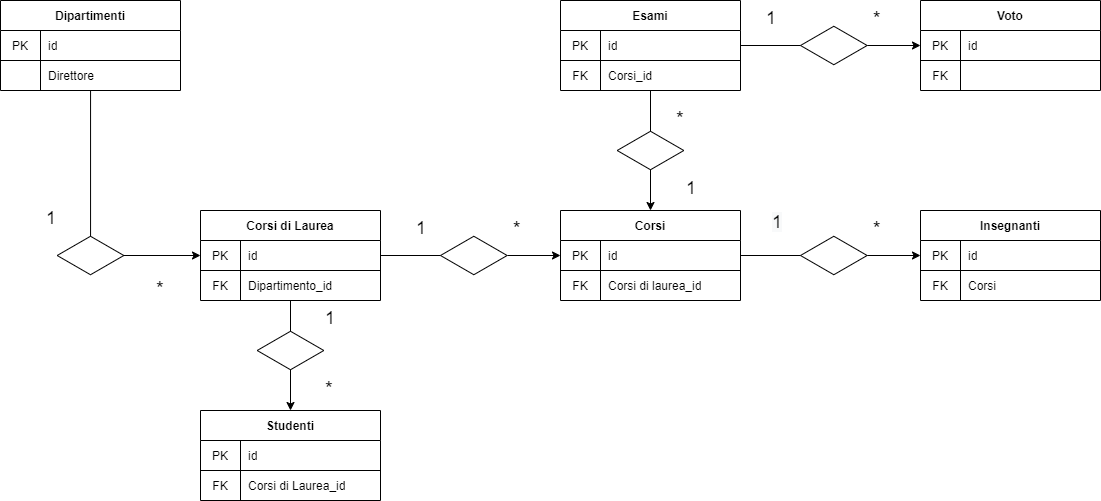
This is Untitled Diagram.png from rcolonna00/db-university, a draw.io export, as it was before one commit. Source tidied: cells renumbered, new cells last; positions are measured from the earlier drawing's top-left corner, leaving out a move shared by most shapes. Its diagram source:
```xml
<mxGraphModel>
  <root>
    <mxCell id="0" />
    <mxCell id="1" parent="0" />
    <mxCell id="2" style="edgeStyle=orthogonalEdgeStyle;rounded=0;jettySize=auto;html=1;entryX=0;entryY=0.5;entryDx=0;entryDy=0;" parent="1" edge="1" source="3" target="12">
      <mxGeometry relative="1" as="geometry" />
    </mxCell>
    <mxCell id="3" value="Dipartimenti" style="shape=table;html=1;whiteSpace=wrap;startSize=30;rowLines=0;fontStyle=1;align=center;" parent="1" vertex="1">
      <mxGeometry width="180" height="90" as="geometry" />
    </mxCell>
    <mxCell id="4" style="shape=partialRectangle;html=1;whiteSpace=wrap;fillColor=none;top=0;left=0;bottom=1;right=0;" parent="3" vertex="1">
      <mxGeometry y="30" width="180" height="30" as="geometry" />
    </mxCell>
    <mxCell id="5" value="PK" style="shape=partialRectangle;html=1;whiteSpace=wrap;fillColor=none;top=0;left=0;bottom=0;right=0;overflow=hidden;" parent="4" vertex="1">
      <mxGeometry width="40" height="30" as="geometry" />
    </mxCell>
    <mxCell id="6" value="id" style="shape=partialRectangle;html=1;whiteSpace=wrap;fillColor=none;top=0;left=0;bottom=0;right=0;align=left;spacingLeft=6;overflow=hidden;" parent="4" vertex="1">
      <mxGeometry x="40" width="140" height="30" as="geometry" />
    </mxCell>
    <mxCell id="7" style="shape=partialRectangle;html=1;whiteSpace=wrap;fillColor=none;top=0;left=0;bottom=0;right=0;" parent="3" vertex="1">
      <mxGeometry y="60" width="180" height="30" as="geometry" />
    </mxCell>
    <mxCell id="8" value="&lt;br&gt;&lt;br&gt;&lt;br&gt;" style="shape=partialRectangle;html=1;whiteSpace=wrap;fillColor=none;top=0;left=0;bottom=0;right=0;overflow=hidden;" parent="7" vertex="1">
      <mxGeometry width="40" height="30" as="geometry" />
    </mxCell>
    <mxCell id="9" value="Direttore" style="shape=partialRectangle;html=1;whiteSpace=wrap;fillColor=none;top=0;left=0;bottom=0;right=0;align=left;spacingLeft=6;overflow=hidden;" parent="7" vertex="1">
      <mxGeometry x="40" width="140" height="30" as="geometry" />
    </mxCell>
    <mxCell id="10" style="edgeStyle=orthogonalEdgeStyle;rounded=0;jettySize=auto;html=1;entryX=0.5;entryY=0;entryDx=0;entryDy=0;fontSize=18;" parent="1" edge="1" source="11" target="44">
      <mxGeometry relative="1" as="geometry" />
    </mxCell>
    <mxCell id="11" value="Corsi di Laurea" style="shape=table;html=1;whiteSpace=wrap;startSize=30;rowLines=0;fontStyle=1;align=center;" parent="1" vertex="1">
      <mxGeometry x="200" y="210" width="180" height="90" as="geometry" />
    </mxCell>
    <mxCell id="12" style="shape=partialRectangle;html=1;whiteSpace=wrap;fillColor=none;top=0;left=0;bottom=1;right=0;points=[[0,0.5],[1,0.5]];portConstraint=eastwest;" parent="11" vertex="1">
      <mxGeometry y="30" width="180" height="30" as="geometry" />
    </mxCell>
    <mxCell id="13" value="PK" style="shape=partialRectangle;html=1;whiteSpace=wrap;fillColor=none;top=0;left=0;bottom=0;right=0;overflow=hidden;" parent="12" vertex="1">
      <mxGeometry width="40" height="30" as="geometry" />
    </mxCell>
    <mxCell id="14" value="id" style="shape=partialRectangle;html=1;whiteSpace=wrap;fillColor=none;top=0;left=0;bottom=0;right=0;align=left;spacingLeft=6;overflow=hidden;" parent="12" vertex="1">
      <mxGeometry x="40" width="140" height="30" as="geometry" />
    </mxCell>
    <mxCell id="15" style="shape=partialRectangle;html=1;whiteSpace=wrap;fillColor=none;top=0;left=0;bottom=0;right=0;" parent="11" vertex="1">
      <mxGeometry y="60" width="180" height="30" as="geometry" />
    </mxCell>
    <mxCell id="16" value="FK" style="shape=partialRectangle;html=1;whiteSpace=wrap;fillColor=none;top=0;left=0;bottom=0;right=0;overflow=hidden;" parent="15" vertex="1">
      <mxGeometry width="40" height="30" as="geometry" />
    </mxCell>
    <mxCell id="17" value="Dipartimento_id" style="shape=partialRectangle;html=1;whiteSpace=wrap;fillColor=none;top=0;left=0;bottom=0;right=0;align=left;spacingLeft=6;overflow=hidden;" parent="15" vertex="1">
      <mxGeometry x="40" width="140" height="30" as="geometry" />
    </mxCell>
    <mxCell id="18" style="html=1;whiteSpace=wrap;shape=isoRectangle;" parent="1" vertex="1">
      <mxGeometry x="56.7" y="235" width="66.7" height="40" as="geometry" />
    </mxCell>
    <mxCell id="19" value="*" style="text;strokeColor=none;fillColor=none;spacingLeft=4;spacingRight=4;overflow=hidden;fontSize=20;" parent="1" vertex="1">
      <mxGeometry x="150" y="270" width="30" height="30" as="geometry" />
    </mxCell>
    <mxCell id="20" value="1" style="text;strokeColor=none;fillColor=none;spacingLeft=4;spacingRight=4;overflow=hidden;fontSize=18;" parent="1" vertex="1">
      <mxGeometry x="40" y="200" width="30" height="30" as="geometry" />
    </mxCell>
    <mxCell id="21" style="edgeStyle=orthogonalEdgeStyle;rounded=0;jettySize=auto;html=1;entryX=0;entryY=0.5;entryDx=0;entryDy=0;fontSize=18;" parent="1" edge="1" source="22" target="35">
      <mxGeometry relative="1" as="geometry" />
    </mxCell>
    <mxCell id="22" value="Corsi" style="shape=table;html=1;whiteSpace=wrap;startSize=30;rowLines=0;fontStyle=1;align=center;" parent="1" vertex="1">
      <mxGeometry x="560" y="210" width="180" height="90" as="geometry" />
    </mxCell>
    <mxCell id="23" style="shape=partialRectangle;html=1;whiteSpace=wrap;fillColor=none;top=0;left=0;bottom=1;right=0;points=[[0,0.5],[1,0.5]];portConstraint=eastwest;" parent="22" vertex="1">
      <mxGeometry y="30" width="180" height="30" as="geometry" />
    </mxCell>
    <mxCell id="24" value="PK" style="shape=partialRectangle;html=1;whiteSpace=wrap;fillColor=none;top=0;left=0;bottom=0;right=0;overflow=hidden;" parent="23" vertex="1">
      <mxGeometry width="40" height="30" as="geometry" />
    </mxCell>
    <mxCell id="25" value="id" style="shape=partialRectangle;html=1;whiteSpace=wrap;fillColor=none;top=0;left=0;bottom=0;right=0;align=left;spacingLeft=6;overflow=hidden;" parent="23" vertex="1">
      <mxGeometry x="40" width="140" height="30" as="geometry" />
    </mxCell>
    <mxCell id="26" style="shape=partialRectangle;html=1;whiteSpace=wrap;fillColor=none;top=0;left=0;bottom=0;right=0;" parent="22" vertex="1">
      <mxGeometry y="60" width="180" height="30" as="geometry" />
    </mxCell>
    <mxCell id="27" value="FK" style="shape=partialRectangle;html=1;whiteSpace=wrap;fillColor=none;top=0;left=0;bottom=0;right=0;overflow=hidden;" parent="26" vertex="1">
      <mxGeometry width="40" height="30" as="geometry" />
    </mxCell>
    <mxCell id="28" value="Corsi di laurea_id" style="shape=partialRectangle;html=1;whiteSpace=wrap;fillColor=none;top=0;left=0;bottom=0;right=0;align=left;spacingLeft=6;overflow=hidden;" parent="26" vertex="1">
      <mxGeometry x="40" width="140" height="30" as="geometry" />
    </mxCell>
    <mxCell id="29" value="1" style="text;strokeColor=none;fillColor=none;spacingLeft=4;spacingRight=4;overflow=hidden;fontSize=18;" parent="1" vertex="1">
      <mxGeometry x="410" y="210" width="30" height="30" as="geometry" />
    </mxCell>
    <mxCell id="30" value="*" style="text;strokeColor=none;fillColor=none;spacingLeft=4;spacingRight=4;overflow=hidden;fontSize=20;" parent="1" vertex="1">
      <mxGeometry x="506.7" y="210" width="30" height="30" as="geometry" />
    </mxCell>
    <mxCell id="31" style="edgeStyle=orthogonalEdgeStyle;rounded=0;jettySize=auto;html=1;entryX=0;entryY=0.5;entryDx=0;entryDy=0;fontSize=18;startArrow=none;" parent="1" edge="1" source="32" target="23">
      <mxGeometry relative="1" as="geometry">
        <Array as="points">
          <mxPoint x="480" y="255" />
          <mxPoint x="480" y="255" />
        </Array>
      </mxGeometry>
    </mxCell>
    <mxCell id="32" style="html=1;whiteSpace=wrap;shape=isoRectangle;" parent="1" vertex="1">
      <mxGeometry x="440" y="235" width="66.7" height="40" as="geometry" />
    </mxCell>
    <mxCell id="33" style="edgeStyle=orthogonalEdgeStyle;rounded=0;jettySize=auto;html=1;entryX=0;entryY=0.5;entryDx=0;entryDy=0;fontSize=18;endArrow=none;" parent="1" edge="1" source="12" target="32">
      <mxGeometry relative="1" as="geometry" />
    </mxCell>
    <mxCell id="34" value="Insegnanti" style="shape=table;html=1;whiteSpace=wrap;startSize=30;rowLines=0;fontStyle=1;align=center;" parent="1" vertex="1">
      <mxGeometry x="920" y="210" width="180" height="90" as="geometry" />
    </mxCell>
    <mxCell id="35" style="shape=partialRectangle;html=1;whiteSpace=wrap;fillColor=none;top=0;left=0;bottom=1;right=0;points=[[0,0.5],[1,0.5]];portConstraint=eastwest;" parent="34" vertex="1">
      <mxGeometry y="30" width="180" height="30" as="geometry" />
    </mxCell>
    <mxCell id="36" value="PK" style="shape=partialRectangle;html=1;whiteSpace=wrap;fillColor=none;top=0;left=0;bottom=0;right=0;overflow=hidden;" parent="35" vertex="1">
      <mxGeometry width="40" height="30" as="geometry" />
    </mxCell>
    <mxCell id="37" value="id" style="shape=partialRectangle;html=1;whiteSpace=wrap;fillColor=none;top=0;left=0;bottom=0;right=0;align=left;spacingLeft=6;overflow=hidden;" parent="35" vertex="1">
      <mxGeometry x="40" width="140" height="30" as="geometry" />
    </mxCell>
    <mxCell id="38" style="shape=partialRectangle;html=1;whiteSpace=wrap;fillColor=none;top=0;left=0;bottom=0;right=0;" parent="34" vertex="1">
      <mxGeometry y="60" width="180" height="30" as="geometry" />
    </mxCell>
    <mxCell id="39" value="FK" style="shape=partialRectangle;html=1;whiteSpace=wrap;fillColor=none;top=0;left=0;bottom=0;right=0;overflow=hidden;" parent="38" vertex="1">
      <mxGeometry width="40" height="30" as="geometry" />
    </mxCell>
    <mxCell id="40" value="Corsi" style="shape=partialRectangle;html=1;whiteSpace=wrap;fillColor=none;top=0;left=0;bottom=0;right=0;align=left;spacingLeft=6;overflow=hidden;" parent="38" vertex="1">
      <mxGeometry x="40" width="140" height="30" as="geometry" />
    </mxCell>
    <mxCell id="41" style="html=1;whiteSpace=wrap;shape=isoRectangle;" parent="1" vertex="1">
      <mxGeometry x="800" y="235" width="66.7" height="40" as="geometry" />
    </mxCell>
    <mxCell id="42" value="*" style="text;strokeColor=none;fillColor=none;spacingLeft=4;spacingRight=4;overflow=hidden;fontSize=20;" parent="1" vertex="1">
      <mxGeometry x="866.7" y="210" width="30" height="30" as="geometry" />
    </mxCell>
    <mxCell id="43" value="&lt;span style=&quot;color: rgb(0, 0, 0); font-family: helvetica; font-size: 18px; font-style: normal; font-weight: 400; letter-spacing: normal; text-align: left; text-indent: 0px; text-transform: none; word-spacing: 0px; background-color: rgb(248, 249, 250); display: inline; float: none;&quot;&gt;1&lt;/span&gt;" style="text;whiteSpace=wrap;html=1;fontSize=18;" parent="1" vertex="1">
      <mxGeometry x="770" y="205" width="40" height="40" as="geometry" />
    </mxCell>
    <mxCell id="44" value="Studenti" style="shape=table;html=1;whiteSpace=wrap;startSize=30;rowLines=0;fontStyle=1;align=center;" parent="1" vertex="1">
      <mxGeometry x="200" y="410" width="180" height="90" as="geometry" />
    </mxCell>
    <mxCell id="45" style="shape=partialRectangle;html=1;whiteSpace=wrap;fillColor=none;top=0;left=0;bottom=1;right=0;" parent="44" vertex="1">
      <mxGeometry y="30" width="180" height="30" as="geometry" />
    </mxCell>
    <mxCell id="46" value="PK" style="shape=partialRectangle;html=1;whiteSpace=wrap;fillColor=none;top=0;left=0;bottom=0;right=0;overflow=hidden;" parent="45" vertex="1">
      <mxGeometry width="40" height="30" as="geometry" />
    </mxCell>
    <mxCell id="47" value="id" style="shape=partialRectangle;html=1;whiteSpace=wrap;fillColor=none;top=0;left=0;bottom=0;right=0;align=left;spacingLeft=6;overflow=hidden;" parent="45" vertex="1">
      <mxGeometry x="40" width="140" height="30" as="geometry" />
    </mxCell>
    <mxCell id="48" style="shape=partialRectangle;html=1;whiteSpace=wrap;fillColor=none;top=0;left=0;bottom=0;right=0;" parent="44" vertex="1">
      <mxGeometry y="60" width="180" height="30" as="geometry" />
    </mxCell>
    <mxCell id="49" value="FK" style="shape=partialRectangle;html=1;whiteSpace=wrap;fillColor=none;top=0;left=0;bottom=0;right=0;overflow=hidden;" parent="48" vertex="1">
      <mxGeometry width="40" height="30" as="geometry" />
    </mxCell>
    <mxCell id="50" value="Corsi di Laurea_id" style="shape=partialRectangle;html=1;whiteSpace=wrap;fillColor=none;top=0;left=0;bottom=0;right=0;align=left;spacingLeft=6;overflow=hidden;" parent="48" vertex="1">
      <mxGeometry x="40" width="140" height="30" as="geometry" />
    </mxCell>
    <mxCell id="51" style="html=1;whiteSpace=wrap;shape=isoRectangle;" parent="1" vertex="1">
      <mxGeometry x="256.7" y="330" width="66.7" height="40" as="geometry" />
    </mxCell>
    <mxCell id="52" value="*" style="text;strokeColor=none;fillColor=none;spacingLeft=4;spacingRight=4;overflow=hidden;fontSize=20;" parent="1" vertex="1">
      <mxGeometry x="319" y="370" width="30" height="30" as="geometry" />
    </mxCell>
    <mxCell id="53" value="1" style="text;strokeColor=none;fillColor=none;spacingLeft=4;spacingRight=4;overflow=hidden;fontSize=18;" parent="1" vertex="1">
      <mxGeometry x="319" y="300" width="30" height="30" as="geometry" />
    </mxCell>
    <mxCell id="54" style="edgeStyle=orthogonalEdgeStyle;rounded=0;jettySize=auto;html=1;entryX=0.5;entryY=0;entryDx=0;entryDy=0;fontSize=18;" parent="1" edge="1" source="55" target="22">
      <mxGeometry relative="1" as="geometry" />
    </mxCell>
    <mxCell id="55" value="Esami" style="shape=table;html=1;whiteSpace=wrap;startSize=30;rowLines=0;fontStyle=1;align=center;" parent="1" vertex="1">
      <mxGeometry x="560" width="180" height="90" as="geometry" />
    </mxCell>
    <mxCell id="56" style="shape=partialRectangle;html=1;whiteSpace=wrap;fillColor=none;top=0;left=0;bottom=1;right=0;points=[[0,0.5],[1,0.5]];portConstraint=eastwest;" parent="55" vertex="1">
      <mxGeometry y="30" width="180" height="30" as="geometry" />
    </mxCell>
    <mxCell id="57" value="PK" style="shape=partialRectangle;html=1;whiteSpace=wrap;fillColor=none;top=0;left=0;bottom=0;right=0;overflow=hidden;" parent="56" vertex="1">
      <mxGeometry width="40" height="30" as="geometry" />
    </mxCell>
    <mxCell id="58" value="id" style="shape=partialRectangle;html=1;whiteSpace=wrap;fillColor=none;top=0;left=0;bottom=0;right=0;align=left;spacingLeft=6;overflow=hidden;" parent="56" vertex="1">
      <mxGeometry x="40" width="140" height="30" as="geometry" />
    </mxCell>
    <mxCell id="59" style="shape=partialRectangle;html=1;whiteSpace=wrap;fillColor=none;top=0;left=0;bottom=0;right=0;" parent="55" vertex="1">
      <mxGeometry y="60" width="180" height="30" as="geometry" />
    </mxCell>
    <mxCell id="60" value="FK" style="shape=partialRectangle;html=1;whiteSpace=wrap;fillColor=none;top=0;left=0;bottom=0;right=0;overflow=hidden;" parent="59" vertex="1">
      <mxGeometry width="40" height="30" as="geometry" />
    </mxCell>
    <mxCell id="61" value="Corsi_id" style="shape=partialRectangle;html=1;whiteSpace=wrap;fillColor=none;top=0;left=0;bottom=0;right=0;align=left;spacingLeft=6;overflow=hidden;" parent="59" vertex="1">
      <mxGeometry x="40" width="140" height="30" as="geometry" />
    </mxCell>
    <mxCell id="62" value="Voto" style="shape=table;html=1;whiteSpace=wrap;startSize=30;rowLines=0;fontStyle=1;align=center;" parent="1" vertex="1">
      <mxGeometry x="920" width="180" height="90" as="geometry" />
    </mxCell>
    <mxCell id="63" style="shape=partialRectangle;html=1;whiteSpace=wrap;fillColor=none;top=0;left=0;bottom=1;right=0;points=[[0,0.5],[1,0.5]];portConstraint=eastwest;" parent="62" vertex="1">
      <mxGeometry y="30" width="180" height="30" as="geometry" />
    </mxCell>
    <mxCell id="64" value="PK" style="shape=partialRectangle;html=1;whiteSpace=wrap;fillColor=none;top=0;left=0;bottom=0;right=0;overflow=hidden;" parent="63" vertex="1">
      <mxGeometry width="40" height="30" as="geometry" />
    </mxCell>
    <mxCell id="65" value="id" style="shape=partialRectangle;html=1;whiteSpace=wrap;fillColor=none;top=0;left=0;bottom=0;right=0;align=left;spacingLeft=6;overflow=hidden;" parent="63" vertex="1">
      <mxGeometry x="40" width="140" height="30" as="geometry" />
    </mxCell>
    <mxCell id="66" style="shape=partialRectangle;html=1;whiteSpace=wrap;fillColor=none;top=0;left=0;bottom=0;right=0;" parent="62" vertex="1">
      <mxGeometry y="60" width="180" height="30" as="geometry" />
    </mxCell>
    <mxCell id="67" value="FK" style="shape=partialRectangle;html=1;whiteSpace=wrap;fillColor=none;top=0;left=0;bottom=0;right=0;overflow=hidden;" parent="66" vertex="1">
      <mxGeometry width="40" height="30" as="geometry" />
    </mxCell>
    <mxCell id="68" style="shape=partialRectangle;html=1;whiteSpace=wrap;fillColor=none;top=0;left=0;bottom=0;right=0;align=left;spacingLeft=6;overflow=hidden;" parent="66" vertex="1">
      <mxGeometry x="40" width="140" height="30" as="geometry" />
    </mxCell>
    <mxCell id="69" style="edgeStyle=orthogonalEdgeStyle;rounded=0;jettySize=auto;html=1;entryX=0;entryY=0.5;entryDx=0;entryDy=0;fontSize=18;" parent="1" edge="1" source="56" target="63">
      <mxGeometry relative="1" as="geometry" />
    </mxCell>
    <mxCell id="70" style="html=1;whiteSpace=wrap;shape=isoRectangle;" parent="1" vertex="1">
      <mxGeometry x="800" y="25" width="66.7" height="40" as="geometry" />
    </mxCell>
    <mxCell id="71" style="html=1;whiteSpace=wrap;shape=isoRectangle;" parent="1" vertex="1">
      <mxGeometry x="616.7" y="130" width="66.7" height="40" as="geometry" />
    </mxCell>
    <mxCell id="72" value="1" style="text;strokeColor=none;fillColor=none;spacingLeft=4;spacingRight=4;overflow=hidden;fontSize=18;" parent="1" vertex="1">
      <mxGeometry x="680" y="170" width="30" height="30" as="geometry" />
    </mxCell>
    <mxCell id="73" value="*" style="text;strokeColor=none;fillColor=none;spacingLeft=4;spacingRight=4;overflow=hidden;fontSize=20;" parent="1" vertex="1">
      <mxGeometry x="670" y="100" width="30" height="30" as="geometry" />
    </mxCell>
    <mxCell id="74" value="1" style="text;strokeColor=none;fillColor=none;spacingLeft=4;spacingRight=4;overflow=hidden;fontSize=18;" parent="1" vertex="1">
      <mxGeometry x="760" width="30" height="30" as="geometry" />
    </mxCell>
    <mxCell id="75" value="*" style="text;strokeColor=none;fillColor=none;spacingLeft=4;spacingRight=4;overflow=hidden;fontSize=20;" parent="1" vertex="1">
      <mxGeometry x="866.7" width="30" height="30" as="geometry" />
    </mxCell>
  </root>
</mxGraphModel>
```
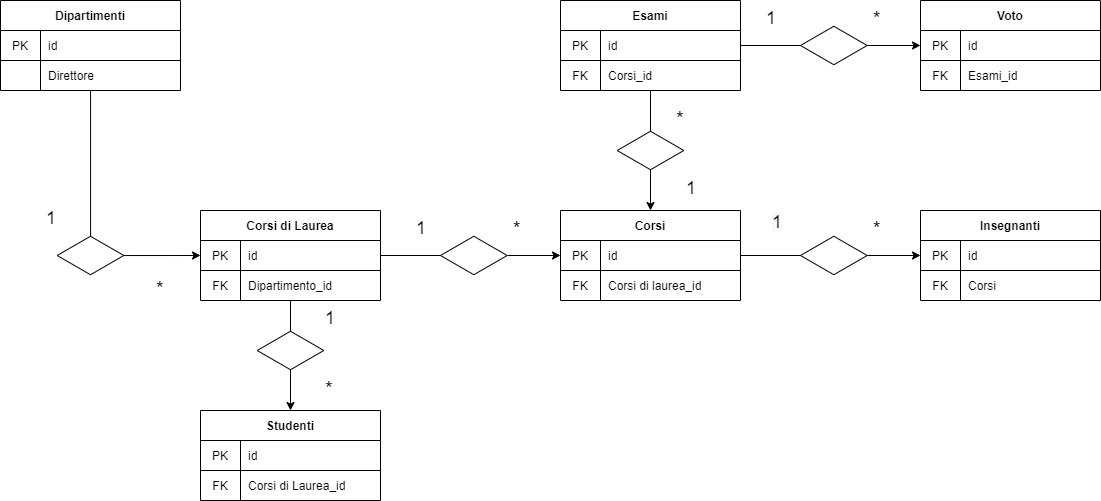
Later version of the same file.

Diff of the diagram source:
```diff
@@ -205,7 +205,7 @@
     <mxCell id="67" value="FK" style="shape=partialRectangle;html=1;whiteSpace=wrap;fillColor=none;top=0;left=0;bottom=0;right=0;overflow=hidden;" parent="66" vertex="1">
       <mxGeometry width="40" height="30" as="geometry" />
     </mxCell>
-    <mxCell id="68" style="shape=partialRectangle;html=1;whiteSpace=wrap;fillColor=none;top=0;left=0;bottom=0;right=0;align=left;spacingLeft=6;overflow=hidden;" parent="66" vertex="1">
+    <mxCell id="68" value="Esami_id" style="shape=partialRectangle;html=1;whiteSpace=wrap;fillColor=none;top=0;left=0;bottom=0;right=0;align=left;spacingLeft=6;overflow=hidden;" parent="66" vertex="1">
       <mxGeometry x="40" width="140" height="30" as="geometry" />
     </mxCell>
     <mxCell id="69" style="edgeStyle=orthogonalEdgeStyle;rounded=0;jettySize=auto;html=1;entryX=0;entryY=0.5;entryDx=0;entryDy=0;fontSize=18;" parent="1" edge="1" source="56" target="63">
```
